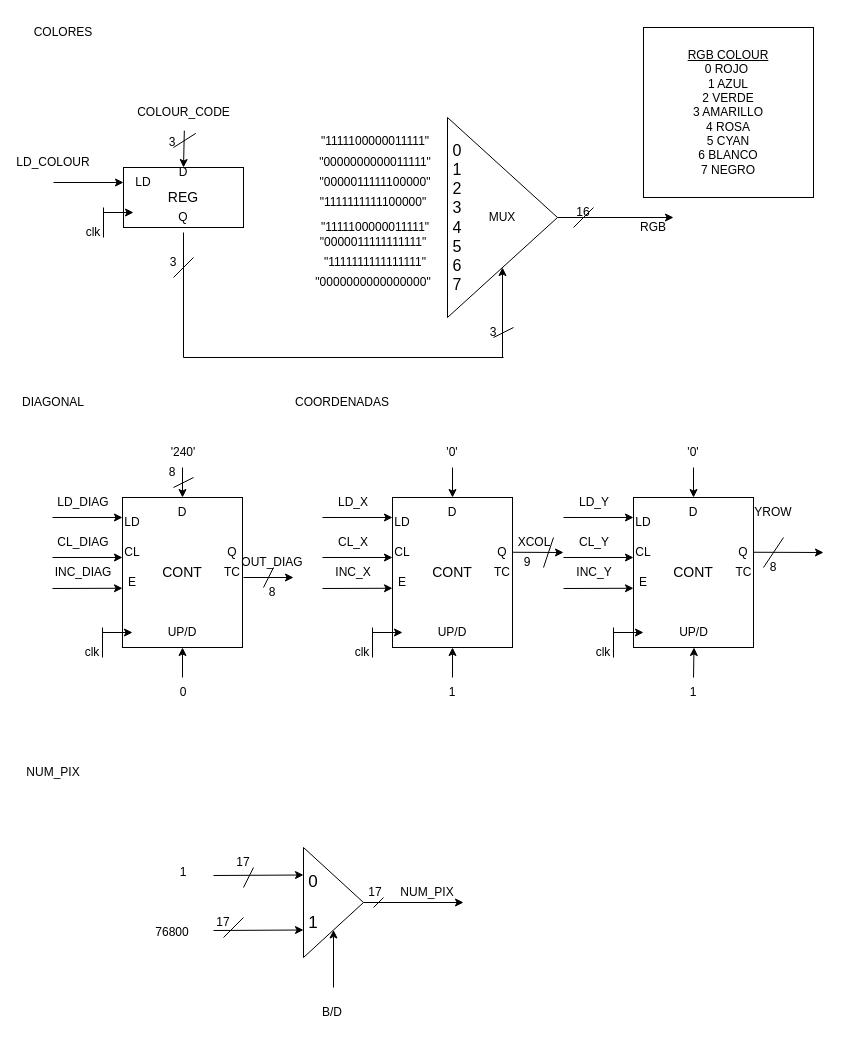
marcosChoucino/SIstemasDigitales keeps this draw.io diagram as Proyecto/Diseños/Lcd_draw_up.drawio. Above is the earlier version. Source tidied: cells renumbered, new cells numbered last; positions are measured from the earlier drawing's top-left corner, leaving out a move shared by most shapes. Both pictures are drawn from the tidied source at 100%, with x=0, y=0 at pixel (23, 17).
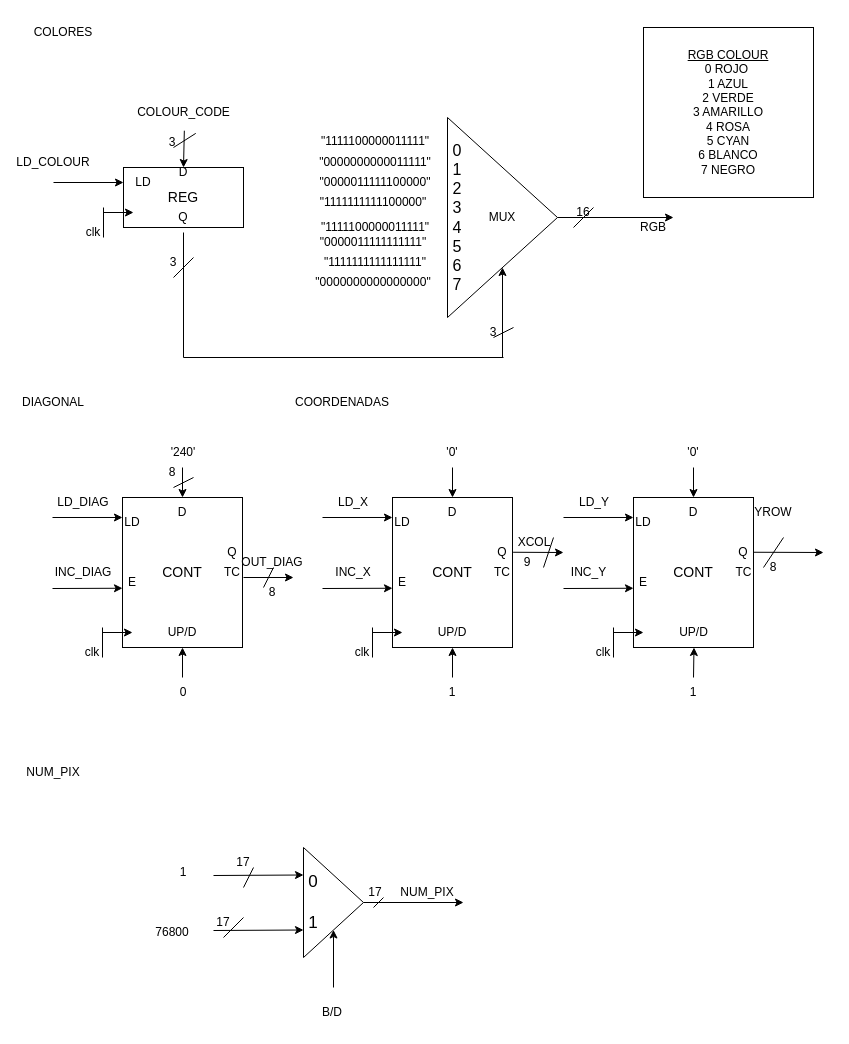
After the change.

Change to the diagram source:
```diff
@@
-    <mxCell id="40" value="CL" style="text;html=1;strokeColor=none;fillColor=none;align=center;verticalAlign=middle;whiteSpace=wrap;rounded=0;" parent="1" vertex="1">
-      <mxGeometry x="79" y="520" width="60" height="30" as="geometry" />
-    </mxCell>
@@
-    <mxCell id="47" style="endArrow=classic;html=1;rounded=0;entryX=0.333;entryY=0.667;entryDx=0;entryDy=0;entryPerimeter=0;" parent="1" edge="1" target="40">
-      <mxGeometry relative="1" as="geometry">
-        <mxPoint x="29" y="540" as="sourcePoint" />
-      </mxGeometry>
-    </mxCell>
@@
-    <mxCell id="57" value="CL" style="text;html=1;strokeColor=none;fillColor=none;align=center;verticalAlign=middle;whiteSpace=wrap;rounded=0;" parent="1" vertex="1">
-      <mxGeometry x="349" y="520" width="60" height="30" as="geometry" />
-    </mxCell>
@@
-    <mxCell id="64" style="endArrow=classic;html=1;rounded=0;entryX=0.333;entryY=0.667;entryDx=0;entryDy=0;entryPerimeter=0;" parent="1" edge="1" target="57">
-      <mxGeometry relative="1" as="geometry">
-        <mxPoint x="299" y="540" as="sourcePoint" />
-      </mxGeometry>
-    </mxCell>
@@
-    <mxCell id="74" value="CL" style="text;html=1;strokeColor=none;fillColor=none;align=center;verticalAlign=middle;whiteSpace=wrap;rounded=0;" parent="1" vertex="1">
-      <mxGeometry x="590" y="520" width="60" height="30" as="geometry" />
-    </mxCell>
@@
-    <mxCell id="81" style="endArrow=classic;html=1;rounded=0;entryX=0.333;entryY=0.667;entryDx=0;entryDy=0;entryPerimeter=0;" parent="1" edge="1" target="74">
-      <mxGeometry relative="1" as="geometry">
-        <mxPoint x="540" y="540" as="sourcePoint" />
-      </mxGeometry>
-    </mxCell>
@@
-    <mxCell id="99" value="CL_DIAG" style="text;html=1;strokeColor=none;fillColor=none;align=center;verticalAlign=middle;whiteSpace=wrap;rounded=0;" parent="1" vertex="1">
-      <mxGeometry x="30" y="510" width="60" height="30" as="geometry" />
-    </mxCell>
@@
-    <mxCell id="102" value="CL_Y" style="text;html=1;strokeColor=none;fillColor=none;align=center;verticalAlign=middle;whiteSpace=wrap;rounded=0;" parent="1" vertex="1">
-      <mxGeometry x="541" y="510" width="60" height="30" as="geometry" />
-    </mxCell>
     <mxCell id="103" value="INC_Y" style="text;html=1;strokeColor=none;fillColor=none;align=center;verticalAlign=middle;whiteSpace=wrap;rounded=0;" parent="1" vertex="1">
-      <mxGeometry x="541" y="540" width="60" height="30" as="geometry" />
+      <mxGeometry x="541" y="540" width="49" height="30" as="geometry" />
     </mxCell>
@@
-    <mxCell id="105" value="CL_X" style="text;html=1;strokeColor=none;fillColor=none;align=center;verticalAlign=middle;whiteSpace=wrap;rounded=0;" parent="1" vertex="1">
-      <mxGeometry x="300" y="510" width="60" height="30" as="geometry" />
-    </mxCell>
```
